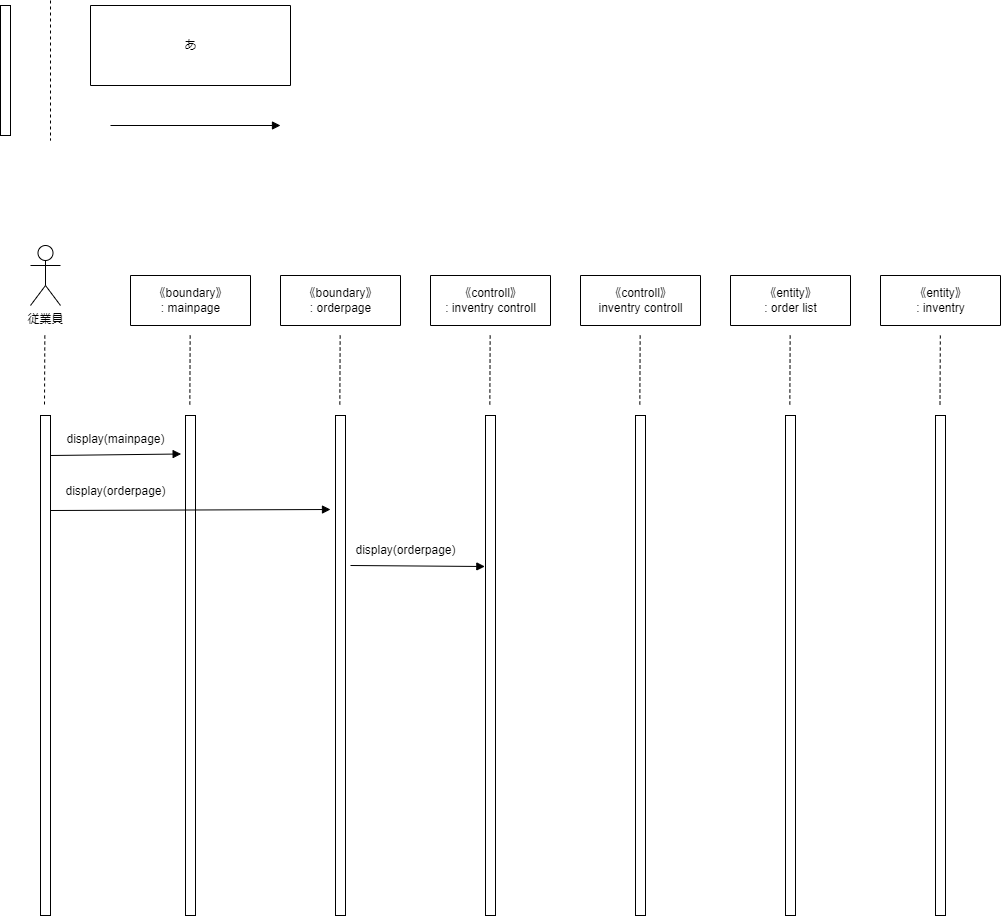
MasakiHiguchi/--- keeps this draw.io diagram as psp4/シーケンス図/シーケンス図_オーダー.drawio.png. Above is the earlier version. Source tidied: cells renumbered, new cells last; positions are measured from the earlier drawing's top-left corner, leaving out a move shared by most shapes.
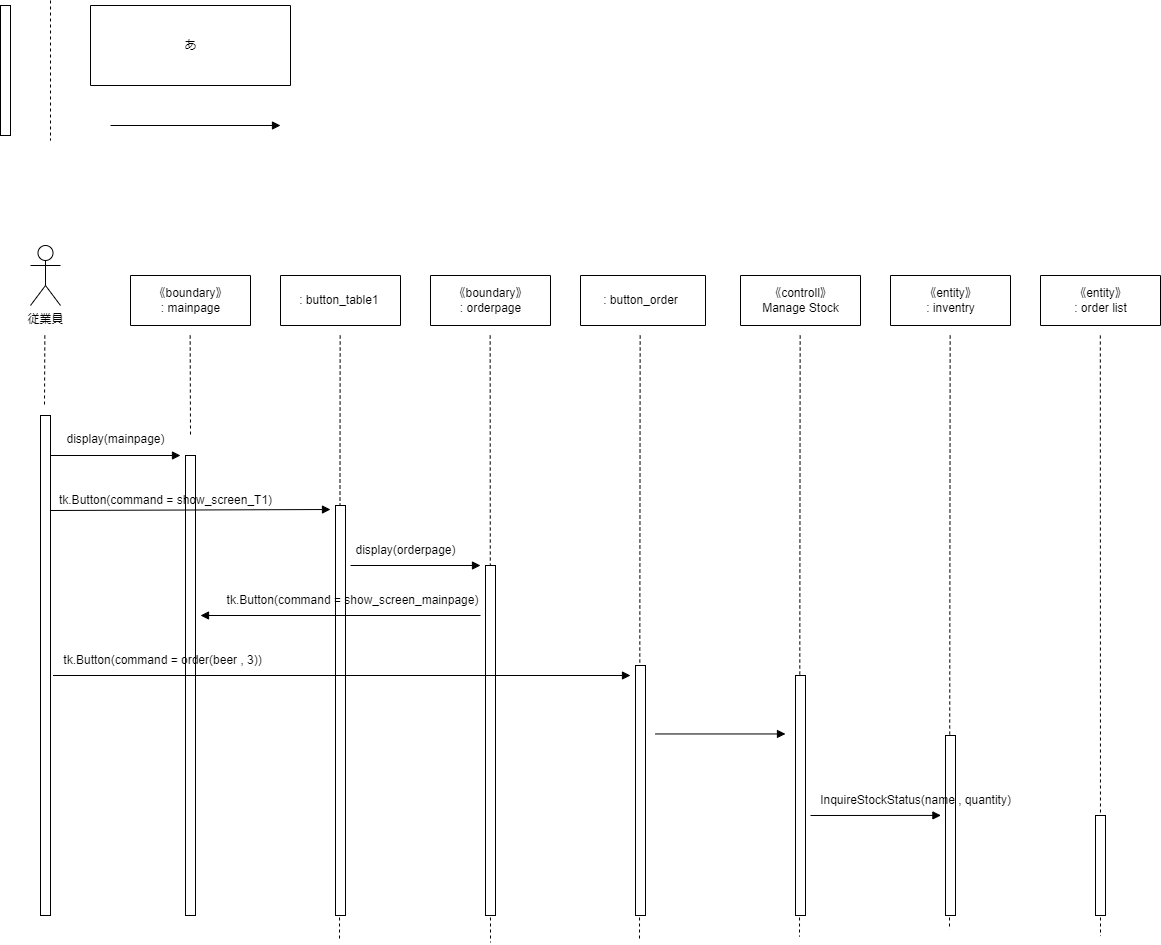
After the change.

What changed in the source:
```diff
@@ -41,22 +41,23 @@
     <mxCell id="11" value="《boundary》&lt;br&gt;: mainpage" style="text;html=1;align=center;verticalAlign=middle;strokeColor=none;fillColor=none;" parent="10" vertex="1">
       <mxGeometry x="10" y="5" width="100" height="40" as="geometry" />
     </mxCell>
-    <mxCell id="12" style="edgeStyle=none;html=1;endArrow=block;endFill=1;entryX=-0.436;entryY=0.077;entryDx=0;entryDy=0;entryPerimeter=0;" parent="1" edge="1" target="13">
+    <mxCell id="12" style="edgeStyle=none;html=1;endArrow=block;endFill=1;" parent="1" edge="1">
       <mxGeometry relative="1" as="geometry">
         <mxPoint x="50" y="455" as="sourcePoint" />
+        <mxPoint x="180" y="455" as="targetPoint" />
       </mxGeometry>
     </mxCell>
     <mxCell id="13" style="rounded=0;whiteSpace=wrap;html=1;" parent="1" vertex="1">
-      <mxGeometry x="185" y="415" width="10" height="500" as="geometry" />
+      <mxGeometry x="185" y="455" width="10" height="460" as="geometry" />
     </mxCell>
     <mxCell id="14" style="edgeStyle=none;html=1;endArrow=none;endFill=0;dashed=1;" parent="1" edge="1">
       <mxGeometry relative="1" as="geometry">
         <mxPoint x="189.7" y="335" as="sourcePoint" />
-        <mxPoint x="189.3" y="405" as="targetPoint" />
+        <mxPoint x="190" y="435" as="targetPoint" />
       </mxGeometry>
     </mxCell>
     <mxCell id="15" style="swimlane;startSize=0;" parent="1" vertex="1">
-      <mxGeometry x="280" y="275" width="120" height="50" as="geometry" />
+      <mxGeometry x="430" y="275" width="120" height="50" as="geometry" />
     </mxCell>
     <mxCell id="16" value="《boundary》&lt;br&gt;: orderpage" style="text;html=1;align=center;verticalAlign=middle;strokeColor=none;fillColor=none;" parent="15" vertex="1">
       <mxGeometry x="10" y="5" width="100" height="40" as="geometry" />
@@ -64,26 +65,26 @@
     <mxCell id="17" style="edgeStyle=none;html=1;endArrow=none;endFill=0;dashed=1;" parent="1" edge="1">
       <mxGeometry relative="1" as="geometry">
         <mxPoint x="339.7" y="335" as="sourcePoint" />
-        <mxPoint x="339.3" y="405" as="targetPoint" />
+        <mxPoint x="339" y="940.3" as="targetPoint" />
       </mxGeometry>
     </mxCell>
     <mxCell id="18" style="rounded=0;whiteSpace=wrap;html=1;" parent="1" vertex="1">
-      <mxGeometry x="335" y="415" width="10" height="500" as="geometry" />
+      <mxGeometry x="335" y="505" width="10" height="410" as="geometry" />
     </mxCell>
     <mxCell id="19" style="swimlane;startSize=0;" parent="1" vertex="1">
-      <mxGeometry x="430" y="275" width="120" height="50" as="geometry" />
+      <mxGeometry x="280" y="275" width="120" height="50" as="geometry" />
     </mxCell>
-    <mxCell id="20" value="《controll》&lt;br&gt;: inventry controll" style="text;html=1;align=center;verticalAlign=middle;strokeColor=none;fillColor=none;" parent="19" vertex="1">
-      <mxGeometry x="5" y="5" width="110" height="40" as="geometry" />
+    <mxCell id="20" value=": button_table1&amp;nbsp;" style="text;html=1;align=center;verticalAlign=middle;strokeColor=none;fillColor=none;" parent="19" vertex="1">
+      <mxGeometry x="5" y="10" width="110" height="30" as="geometry" />
     </mxCell>
     <mxCell id="21" style="edgeStyle=none;html=1;endArrow=none;endFill=0;dashed=1;" parent="1" edge="1">
       <mxGeometry relative="1" as="geometry">
         <mxPoint x="489.7" y="335" as="sourcePoint" />
-        <mxPoint x="489.3" y="405" as="targetPoint" />
+        <mxPoint x="490" y="942" as="targetPoint" />
       </mxGeometry>
     </mxCell>
     <mxCell id="22" style="rounded=0;whiteSpace=wrap;html=1;" parent="1" vertex="1">
-      <mxGeometry x="485" y="415" width="10" height="500" as="geometry" />
+      <mxGeometry x="485" y="565" width="10" height="350" as="geometry" />
     </mxCell>
     <mxCell id="23" value="display(mainpage)" style="text;html=1;align=center;verticalAlign=middle;strokeColor=none;fillColor=none;" parent="1" vertex="1">
       <mxGeometry x="55" y="424" width="120" height="30" as="geometry" />
@@ -94,61 +95,109 @@
         <mxPoint x="330" y="509" as="targetPoint" />
       </mxGeometry>
     </mxCell>
-    <mxCell id="25" value="display(orderpage)" style="text;html=1;align=center;verticalAlign=middle;strokeColor=none;fillColor=none;" parent="1" vertex="1">
-      <mxGeometry x="55" y="476" width="120" height="30" as="geometry" />
-    </mxCell>
-    <mxCell id="26" style="edgeStyle=none;html=1;endArrow=block;endFill=1;entryX=-0.066;entryY=0.302;entryDx=0;entryDy=0;entryPerimeter=0;" parent="1" edge="1" target="22">
+    <mxCell id="26" style="edgeStyle=none;html=1;endArrow=block;endFill=1;" parent="1" edge="1">
       <mxGeometry relative="1" as="geometry">
         <mxPoint x="350" y="565" as="sourcePoint" />
+        <mxPoint x="480" y="565" as="targetPoint" />
       </mxGeometry>
     </mxCell>
     <mxCell id="27" value="display(orderpage)" style="text;html=1;align=center;verticalAlign=middle;strokeColor=none;fillColor=none;" parent="1" vertex="1">
       <mxGeometry x="345" y="535" width="120" height="30" as="geometry" />
     </mxCell>
     <mxCell id="28" style="swimlane;startSize=0;" parent="1" vertex="1">
-      <mxGeometry x="580" y="275" width="120" height="50" as="geometry" />
+      <mxGeometry x="740" y="275" width="120" height="50" as="geometry" />
     </mxCell>
-    <mxCell id="29" value="《controll》&lt;br&gt;inventry controll" style="text;html=1;align=center;verticalAlign=middle;strokeColor=none;fillColor=none;" parent="28" vertex="1">
-      <mxGeometry x="5" y="5" width="110" height="40" as="geometry" />
+    <mxCell id="29" value="《controll》&lt;br&gt;Manage Stock" style="text;html=1;align=center;verticalAlign=middle;strokeColor=none;fillColor=none;" parent="28" vertex="1">
+      <mxGeometry x="10" y="5" width="100" height="40" as="geometry" />
     </mxCell>
     <mxCell id="30" style="edgeStyle=none;html=1;endArrow=none;endFill=0;dashed=1;" parent="1" edge="1">
       <mxGeometry relative="1" as="geometry">
-        <mxPoint x="639.7" y="335" as="sourcePoint" />
-        <mxPoint x="639.3" y="405" as="targetPoint" />
+        <mxPoint x="799.7" y="335" as="sourcePoint" />
+        <mxPoint x="799" y="936.2" as="targetPoint" />
       </mxGeometry>
     </mxCell>
     <mxCell id="31" style="rounded=0;whiteSpace=wrap;html=1;" parent="1" vertex="1">
-      <mxGeometry x="635" y="415" width="10" height="500" as="geometry" />
+      <mxGeometry x="795" y="675" width="10" height="240" as="geometry" />
     </mxCell>
     <mxCell id="32" style="swimlane;startSize=0;" parent="1" vertex="1">
-      <mxGeometry x="730" y="275" width="120" height="50" as="geometry" />
+      <mxGeometry x="1040" y="275" width="120" height="50" as="geometry" />
     </mxCell>
     <mxCell id="33" value="《entity》&lt;br&gt;: order list" style="text;html=1;align=center;verticalAlign=middle;strokeColor=none;fillColor=none;" parent="32" vertex="1">
       <mxGeometry x="20" y="5" width="80" height="40" as="geometry" />
     </mxCell>
     <mxCell id="34" style="edgeStyle=none;html=1;endArrow=none;endFill=0;dashed=1;" parent="1" edge="1">
       <mxGeometry relative="1" as="geometry">
-        <mxPoint x="789.7" y="335" as="sourcePoint" />
-        <mxPoint x="789.3" y="405" as="targetPoint" />
+        <mxPoint x="949.7" y="335" as="sourcePoint" />
+        <mxPoint x="949" y="929.1" as="targetPoint" />
       </mxGeometry>
     </mxCell>
     <mxCell id="35" style="rounded=0;whiteSpace=wrap;html=1;" parent="1" vertex="1">
-      <mxGeometry x="785" y="415" width="10" height="500" as="geometry" />
+      <mxGeometry x="945" y="735" width="10" height="180" as="geometry" />
     </mxCell>
     <mxCell id="36" style="edgeStyle=none;html=1;endArrow=none;endFill=0;dashed=1;" parent="1" edge="1">
       <mxGeometry relative="1" as="geometry">
-        <mxPoint x="939.8" y="335" as="sourcePoint" />
-        <mxPoint x="939.5" y="405" as="targetPoint" />
+        <mxPoint x="1099.8" y="335" as="sourcePoint" />
+        <mxPoint x="1100" y="935.6" as="targetPoint" />
       </mxGeometry>
     </mxCell>
     <mxCell id="37" style="rounded=0;whiteSpace=wrap;html=1;" parent="1" vertex="1">
-      <mxGeometry x="935" y="415" width="10" height="500" as="geometry" />
+      <mxGeometry x="1095" y="815" width="10" height="100" as="geometry" />
     </mxCell>
     <mxCell id="38" style="swimlane;startSize=0;" parent="1" vertex="1">
-      <mxGeometry x="880" y="275" width="120" height="50" as="geometry" />
+      <mxGeometry x="890" y="275" width="120" height="50" as="geometry" />
     </mxCell>
     <mxCell id="39" value="《entity》&lt;br&gt;: inventry" style="text;html=1;align=center;verticalAlign=middle;strokeColor=none;fillColor=none;" parent="38" vertex="1">
       <mxGeometry x="20" y="5" width="80" height="40" as="geometry" />
     </mxCell>
+    <mxCell id="40" value="tk.Button(command = show_screen_T1)" style="text;html=1;align=center;verticalAlign=middle;strokeColor=none;fillColor=none;" parent="1" vertex="1">
+      <mxGeometry x="45" y="485" width="240" height="30" as="geometry" />
+    </mxCell>
+    <mxCell id="41" style="edgeStyle=none;html=1;endArrow=block;endFill=1;" parent="1" edge="1">
+      <mxGeometry relative="1" as="geometry">
+        <mxPoint x="52.5" y="675" as="sourcePoint" />
+        <mxPoint x="630" y="675" as="targetPoint" />
+      </mxGeometry>
+    </mxCell>
+    <mxCell id="42" value="tk.Button(command = order(beer , 3))" style="text;html=1;align=center;verticalAlign=middle;strokeColor=none;fillColor=none;" parent="1" vertex="1">
+      <mxGeometry x="51.5" y="645" width="220" height="30" as="geometry" />
+    </mxCell>
+    <mxCell id="43" style="edgeStyle=none;html=1;endArrow=block;endFill=1;" parent="1" edge="1">
+      <mxGeometry relative="1" as="geometry">
+        <mxPoint x="480" y="615" as="sourcePoint" />
+        <mxPoint x="200" y="615" as="targetPoint" />
+      </mxGeometry>
+    </mxCell>
+    <mxCell id="44" value="tk.Button(command = show_screen_mainpage)" style="text;html=1;align=center;verticalAlign=middle;strokeColor=none;fillColor=none;" parent="1" vertex="1">
+      <mxGeometry x="212" y="585" width="280" height="30" as="geometry" />
+    </mxCell>
+    <mxCell id="45" style="edgeStyle=none;html=1;endArrow=block;endFill=1;entryX=0.621;entryY=0.997;entryDx=0;entryDy=0;entryPerimeter=0;" parent="1" edge="1" target="46">
+      <mxGeometry relative="1" as="geometry">
+        <mxPoint x="810" y="815" as="sourcePoint" />
+      </mxGeometry>
+    </mxCell>
+    <mxCell id="46" value="InquireStockStatus(name , quantity)" style="text;html=1;align=center;verticalAlign=middle;points=[];strokeColor=none;fillColor=none;" parent="1" vertex="1">
+      <mxGeometry x="810" y="785" width="210" height="30" as="geometry" />
+    </mxCell>
+    <mxCell id="47" style="swimlane;startSize=0;" parent="1" vertex="1">
+      <mxGeometry x="580" y="275" width="125" height="50" as="geometry" />
+    </mxCell>
+    <mxCell id="48" value=": button_order" style="text;html=1;align=center;verticalAlign=middle;strokeColor=none;fillColor=none;" parent="47" vertex="1">
+      <mxGeometry x="10" y="10" width="100" height="30" as="geometry" />
+    </mxCell>
+    <mxCell id="49" style="edgeStyle=none;html=1;endArrow=none;endFill=0;dashed=1;" parent="1" edge="1">
+      <mxGeometry relative="1" as="geometry">
+        <mxPoint x="639.7" y="335" as="sourcePoint" />
+        <mxPoint x="639" y="940.3" as="targetPoint" />
+      </mxGeometry>
+    </mxCell>
+    <mxCell id="50" style="rounded=0;whiteSpace=wrap;html=1;" parent="1" vertex="1">
+      <mxGeometry x="635" y="665" width="10" height="250" as="geometry" />
+    </mxCell>
+    <mxCell id="51" style="edgeStyle=none;html=1;endArrow=block;endFill=1;" parent="1" edge="1">
+      <mxGeometry relative="1" as="geometry">
+        <mxPoint x="655" y="733.5" as="sourcePoint" />
+        <mxPoint x="785" y="733.5" as="targetPoint" />
+      </mxGeometry>
+    </mxCell>
   </root>
 </mxGraphModel>
```
